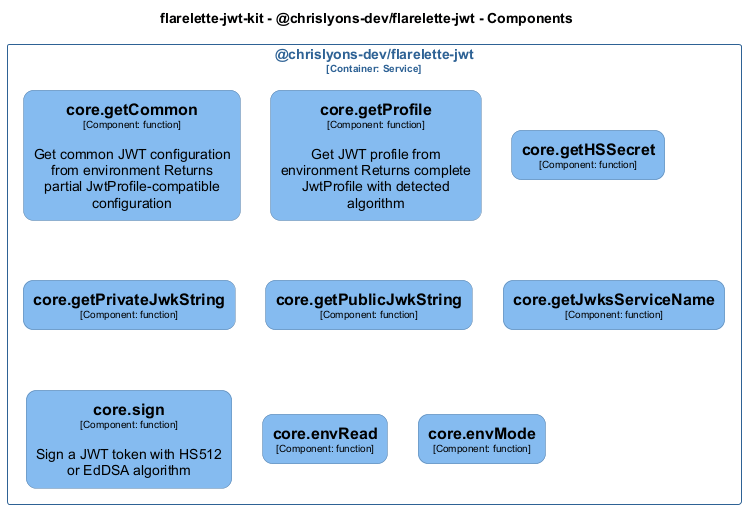
This is docs/architecture/diagrams/structurizr-Classes_chrislyons_dev_flarelette_jwt__core.png from chrislyons-dev/flarelette-jwt-kit, a PlantUML export, as it was before one commit. Its diagram source:
```plantuml
@startuml
set separator none
title flarelette-jwt-kit - @chrislyons-dev/flarelette-jwt - Components

top to bottom direction
skinparam ranksep 60
skinparam nodesep 30

skinparam {
  arrowFontSize 10
  defaultTextAlignment center
  wrapWidth 200
  maxMessageSize 100
  defaultFontName "Arial"
}

hide stereotype

skinparam rectangle<<flarelettejwtkit.chrislyonsdevflarelettejwt.coreenvMode>> {
  BackgroundColor #85bbf0
  FontColor #000000
  BorderColor #5d82a8
  roundCorner 20
  shadowing false
}
skinparam rectangle<<flarelettejwtkit.chrislyonsdevflarelettejwt.coreenvRead>> {
  BackgroundColor #85bbf0
  FontColor #000000
  BorderColor #5d82a8
  roundCorner 20
  shadowing false
}
skinparam rectangle<<flarelettejwtkit.chrislyonsdevflarelettejwt.coregetCommon>> {
  BackgroundColor #85bbf0
  FontColor #000000
  BorderColor #5d82a8
  roundCorner 20
  shadowing false
}
skinparam rectangle<<flarelettejwtkit.chrislyonsdevflarelettejwt.coregetHSSecret>> {
  BackgroundColor #85bbf0
  FontColor #000000
  BorderColor #5d82a8
  roundCorner 20
  shadowing false
}
skinparam rectangle<<flarelettejwtkit.chrislyonsdevflarelettejwt.coregetJwksServiceName>> {
  BackgroundColor #85bbf0
  FontColor #000000
  BorderColor #5d82a8
  roundCorner 20
  shadowing false
}
skinparam rectangle<<flarelettejwtkit.chrislyonsdevflarelettejwt.coregetPrivateJwkString>> {
  BackgroundColor #85bbf0
  FontColor #000000
  BorderColor #5d82a8
  roundCorner 20
  shadowing false
}
skinparam rectangle<<flarelettejwtkit.chrislyonsdevflarelettejwt.coregetProfile>> {
  BackgroundColor #85bbf0
  FontColor #000000
  BorderColor #5d82a8
  roundCorner 20
  shadowing false
}
skinparam rectangle<<flarelettejwtkit.chrislyonsdevflarelettejwt.coregetPublicJwkString>> {
  BackgroundColor #85bbf0
  FontColor #000000
  BorderColor #5d82a8
  roundCorner 20
  shadowing false
}
skinparam rectangle<<flarelettejwtkit.chrislyonsdevflarelettejwt.coresign>> {
  BackgroundColor #85bbf0
  FontColor #000000
  BorderColor #5d82a8
  roundCorner 20
  shadowing false
}
skinparam rectangle<<flarelettejwtkit.chrislyonsdevflarelettejwt>> {
  BorderColor #2e6295
  FontColor #2e6295
  shadowing false
}

rectangle "@chrislyons-dev/flarelette-jwt\n<size:10>[Container: Service]</size>" <<flarelettejwtkit.chrislyonsdevflarelettejwt>> {
  rectangle "==core.getCommon\n<size:10>[Component: function]</size>\n\nGet common JWT configuration from environment Returns partial JwtProfile-compatible configuration" <<flarelettejwtkit.chrislyonsdevflarelettejwt.coregetCommon>> as flarelettejwtkit.chrislyonsdevflarelettejwt.coregetCommon
  rectangle "==core.getProfile\n<size:10>[Component: function]</size>\n\nGet JWT profile from environment Returns complete JwtProfile with detected algorithm" <<flarelettejwtkit.chrislyonsdevflarelettejwt.coregetProfile>> as flarelettejwtkit.chrislyonsdevflarelettejwt.coregetProfile
  rectangle "==core.getHSSecret\n<size:10>[Component: function]</size>" <<flarelettejwtkit.chrislyonsdevflarelettejwt.coregetHSSecret>> as flarelettejwtkit.chrislyonsdevflarelettejwt.coregetHSSecret
  rectangle "==core.getPrivateJwkString\n<size:10>[Component: function]</size>" <<flarelettejwtkit.chrislyonsdevflarelettejwt.coregetPrivateJwkString>> as flarelettejwtkit.chrislyonsdevflarelettejwt.coregetPrivateJwkString
  rectangle "==core.getPublicJwkString\n<size:10>[Component: function]</size>" <<flarelettejwtkit.chrislyonsdevflarelettejwt.coregetPublicJwkString>> as flarelettejwtkit.chrislyonsdevflarelettejwt.coregetPublicJwkString
  rectangle "==core.getJwksServiceName\n<size:10>[Component: function]</size>" <<flarelettejwtkit.chrislyonsdevflarelettejwt.coregetJwksServiceName>> as flarelettejwtkit.chrislyonsdevflarelettejwt.coregetJwksServiceName
  rectangle "==core.sign\n<size:10>[Component: function]</size>\n\nSign a JWT token with HS512 or EdDSA algorithm" <<flarelettejwtkit.chrislyonsdevflarelettejwt.coresign>> as flarelettejwtkit.chrislyonsdevflarelettejwt.coresign
  rectangle "==core.envRead\n<size:10>[Component: function]</size>" <<flarelettejwtkit.chrislyonsdevflarelettejwt.coreenvRead>> as flarelettejwtkit.chrislyonsdevflarelettejwt.coreenvRead
  rectangle "==core.envMode\n<size:10>[Component: function]</size>" <<flarelettejwtkit.chrislyonsdevflarelettejwt.coreenvMode>> as flarelettejwtkit.chrislyonsdevflarelettejwt.coreenvMode
}

@enduml
```
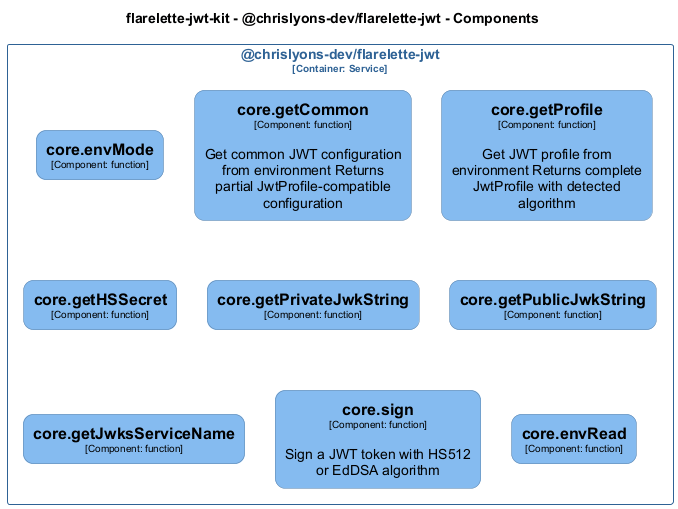
Later version of the same file.

What changed in the source:
```diff
@@ -86,6 +86,7 @@
 }
 
 rectangle "@chrislyons-dev/flarelette-jwt\n<size:10>[Container: Service]</size>" <<flarelettejwtkit.chrislyonsdevflarelettejwt>> {
+  rectangle "==core.envMode\n<size:10>[Component: function]</size>" <<flarelettejwtkit.chrislyonsdevflarelettejwt.coreenvMode>> as flarelettejwtkit.chrislyonsdevflarelettejwt.coreenvMode
   rectangle "==core.getCommon\n<size:10>[Component: function]</size>\n\nGet common JWT configuration from environment Returns partial JwtProfile-compatible configuration" <<flarelettejwtkit.chrislyonsdevflarelettejwt.coregetCommon>> as flarelettejwtkit.chrislyonsdevflarelettejwt.coregetCommon
   rectangle "==core.getProfile\n<size:10>[Component: function]</size>\n\nGet JWT profile from environment Returns complete JwtProfile with detected algorithm" <<flarelettejwtkit.chrislyonsdevflarelettejwt.coregetProfile>> as flarelettejwtkit.chrislyonsdevflarelettejwt.coregetProfile
   rectangle "==core.getHSSecret\n<size:10>[Component: function]</size>" <<flarelettejwtkit.chrislyonsdevflarelettejwt.coregetHSSecret>> as flarelettejwtkit.chrislyonsdevflarelettejwt.coregetHSSecret
@@ -94,7 +95,6 @@
   rectangle "==core.getJwksServiceName\n<size:10>[Component: function]</size>" <<flarelettejwtkit.chrislyonsdevflarelettejwt.coregetJwksServiceName>> as flarelettejwtkit.chrislyonsdevflarelettejwt.coregetJwksServiceName
   rectangle "==core.sign\n<size:10>[Component: function]</size>\n\nSign a JWT token with HS512 or EdDSA algorithm" <<flarelettejwtkit.chrislyonsdevflarelettejwt.coresign>> as flarelettejwtkit.chrislyonsdevflarelettejwt.coresign
   rectangle "==core.envRead\n<size:10>[Component: function]</size>" <<flarelettejwtkit.chrislyonsdevflarelettejwt.coreenvRead>> as flarelettejwtkit.chrislyonsdevflarelettejwt.coreenvRead
-  rectangle "==core.envMode\n<size:10>[Component: function]</size>" <<flarelettejwtkit.chrislyonsdevflarelettejwt.coreenvMode>> as flarelettejwtkit.chrislyonsdevflarelettejwt.coreenvMode
 }
 
 @enduml
```
